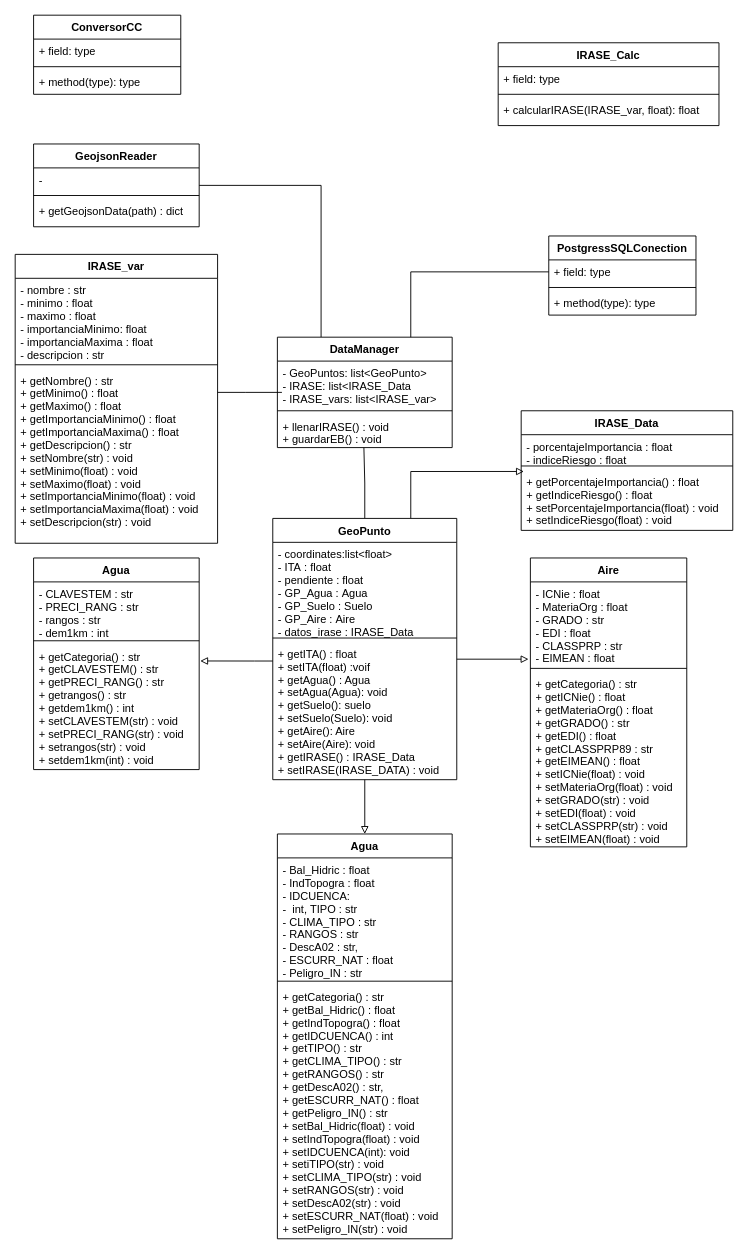
This is Diagrams/GeoReader_Diagrama_de_clases.drawio from EiderDiaz/sciudatazen, a draw.io file, before an edit. Source tidied: cells renumbered, new cells numbered last; positions are measured from the earlier drawing's top-left corner, leaving out a move shared by most shapes. Both pictures are drawn from the tidied source at 92%, with x=0, y=0 at pixel (15, 15).
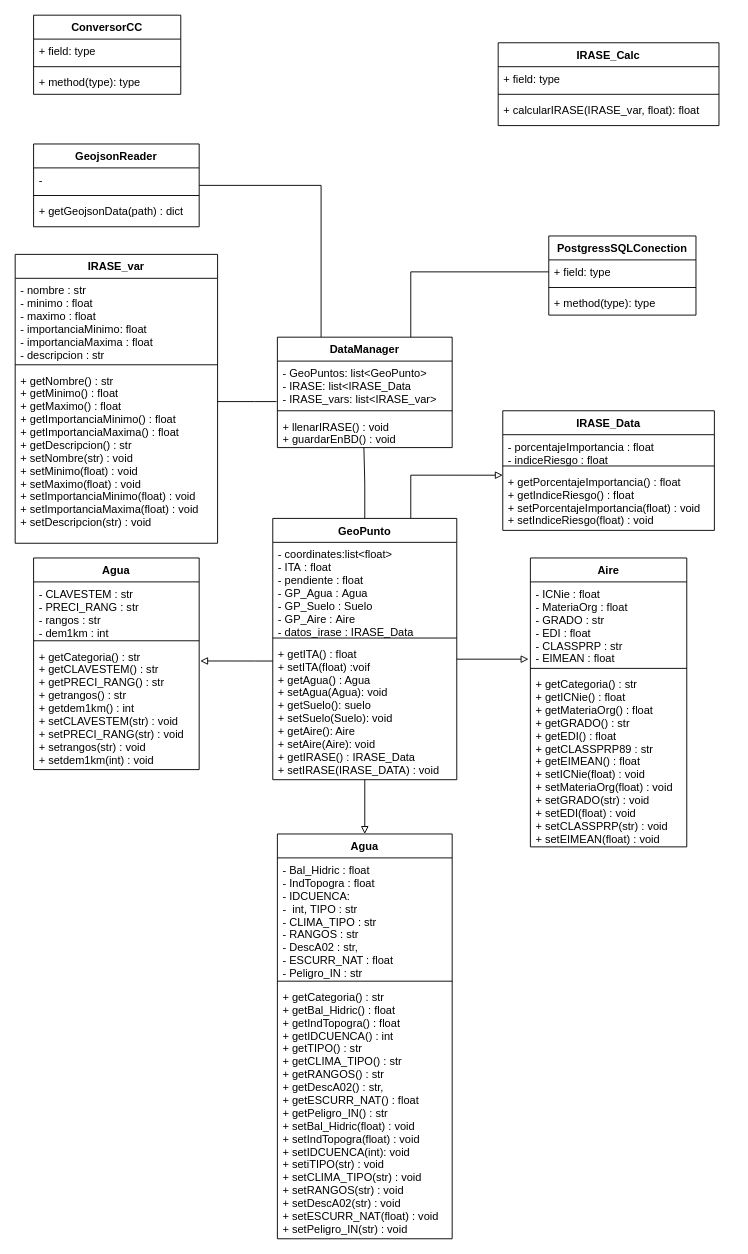
Above is the later version.

The change refers to these unchanged cells:
```xml
<mxCell id="15" value="+ getPorcentajeImportancia() : float&#10;+ getIndiceRiesgo() : float&#10;+ setPorcentajeImportancia(float) : void&#10;+ setIndiceRiesgo(float) : void" style="text;strokeColor=none;fillColor=none;align=left;verticalAlign=top;spacingLeft=4;spacingRight=4;overflow=hidden;points=[[0,0.5],[1,0.5]];portConstraint=eastwest;" parent="12" vertex="1">
  <mxGeometry y="64" width="230" height="66" as="geometry" />
</mxCell>
<mxCell id="19" value="+ getNombre() : str&#10;+ getMinimo() : float&#10;+ getMaximo() : float&#10;+ getImportanciaMinimo() : float&#10;+ getImportanciaMaxima() : float&#10;+ getDescripcion() : str&#10;+ setNombre(str) : void&#10;+ setMinimo(float) : void&#10;+ setMaximo(float) : void&#10;+ setImportanciaMinimo(float) : void&#10;+ setImportanciaMaxima(float) : void&#10;+ setDescripcion(str) : void&#10;" style="text;strokeColor=none;fillColor=none;align=left;verticalAlign=top;spacingLeft=4;spacingRight=4;overflow=hidden;points=[[0,0.5],[1,0.5]];portConstraint=eastwest;" parent="16" vertex="1">
  <mxGeometry y="124" width="220" height="190" as="geometry" />
</mxCell>
<mxCell id="20" value="DataManager" style="swimlane;fontStyle=1;align=center;verticalAlign=top;horizontal=1;startSize=26;" parent="1" vertex="1">
  <mxGeometry x="285" y="350" width="190" height="120" as="geometry" />
</mxCell>
<mxCell id="21" value="- GeoPuntos: list&lt;GeoPunto&gt;&#10;- IRASE: list&lt;IRASE_Data&#10;- IRASE_vars: list&lt;IRASE_var&gt;&#10;" style="text;strokeColor=none;fillColor=none;align=left;verticalAlign=top;spacingLeft=4;spacingRight=4;overflow=hidden;points=[[0,0.5],[1,0.5]];portConstraint=eastwest;" parent="20" vertex="1">
  <mxGeometry y="26" width="190" height="50" as="geometry" />
</mxCell>
<mxCell id="27" value="GeoPunto&#10;" style="swimlane;fontStyle=1;align=center;verticalAlign=top;horizontal=1;startSize=26;labelBackgroundColor=#FFFFFF;fontColor=none;html=0;" parent="1" vertex="1">
  <mxGeometry x="280" y="547" width="200" height="284" as="geometry" />
</mxCell>
```

The edit, as a diff of the source:
```diff
@@
     <mxCell id="12" value="IRASE_Data" style="swimlane;fontStyle=1;align=center;verticalAlign=top;horizontal=1;startSize=26;" parent="1" vertex="1">
-      <mxGeometry x="550" y="430" width="230" height="130" as="geometry" />
+      <mxGeometry x="530" y="430" width="230" height="130" as="geometry" />
     </mxCell>
@@
-    <mxCell id="23" value="+ llenarIRASE() : void&#10;+ guardarEB() : void" style="text;strokeColor=none;fillColor=none;align=left;verticalAlign=top;spacingLeft=4;spacingRight=4;overflow=hidden;points=[[0,0.5],[1,0.5]];portConstraint=eastwest;" parent="20" vertex="1">
+    <mxCell id="23" value="+ llenarIRASE() : void&#10;+ guardarEnBD() : void" style="text;strokeColor=none;fillColor=none;align=left;verticalAlign=top;spacingLeft=4;spacingRight=4;overflow=hidden;points=[[0,0.5],[1,0.5]];portConstraint=eastwest;" parent="20" vertex="1">
       <mxGeometry y="84" width="190" height="36" as="geometry" />
     </mxCell>
@@
-    <mxCell id="26" style="edgeStyle=orthogonalEdgeStyle;rounded=0;jettySize=auto;html=1;entryX=0.013;entryY=0.03;entryDx=0;entryDy=0;entryPerimeter=0;startArrow=none;startFill=0;endArrow=block;endFill=0;" parent="1" edge="1" source="27" target="15">
+    <mxCell id="26" style="edgeStyle=orthogonalEdgeStyle;rounded=0;jettySize=auto;html=1;startArrow=none;startFill=0;endArrow=block;endFill=0;entryX=0;entryY=0.091;entryDx=0;entryDy=0;entryPerimeter=0;" parent="1" edge="1" source="27" target="15">
       <mxGeometry relative="1" as="geometry">
         <Array as="points">
-          <mxPoint x="430" y="496" />
+          <mxPoint x="430" y="500" />
         </Array>
       </mxGeometry>
     </mxCell>
@@
-    <mxCell id="54" style="edgeStyle=orthogonalEdgeStyle;rounded=0;jettySize=auto;html=1;entryX=0.026;entryY=0.68;entryDx=0;entryDy=0;entryPerimeter=0;startArrow=none;startFill=0;endArrow=none;endFill=0;" parent="1" edge="1" source="19" target="21">
+    <mxCell id="54" style="edgeStyle=orthogonalEdgeStyle;rounded=0;jettySize=auto;html=1;entryX=-0.005;entryY=0.88;entryDx=0;entryDy=0;entryPerimeter=0;startArrow=none;startFill=0;endArrow=none;endFill=0;" parent="1" edge="1" source="19" target="21">
       <mxGeometry relative="1" as="geometry">
         <Array as="points">
-          <mxPoint x="250" y="410" />
-          <mxPoint x="250" y="410" />
+          <mxPoint x="260" y="420" />
+          <mxPoint x="260" y="420" />
         </Array>
       </mxGeometry>
     </mxCell>
```
